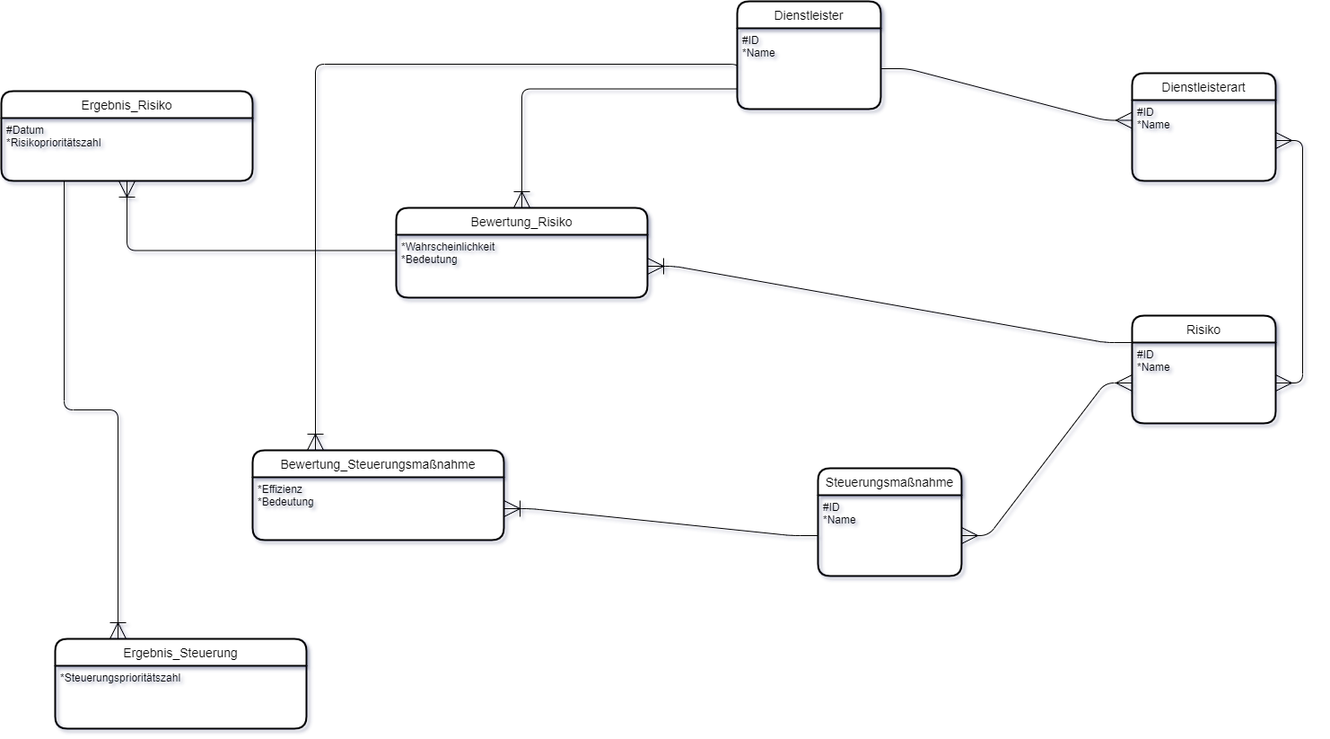
The draw.io diagram er.png in sgtSeme4ki/complianceDB, before a commit. Source tidied: cells renumbered, new cells last; positions are measured from the earlier drawing's top-left corner, leaving out a move shared by most shapes.
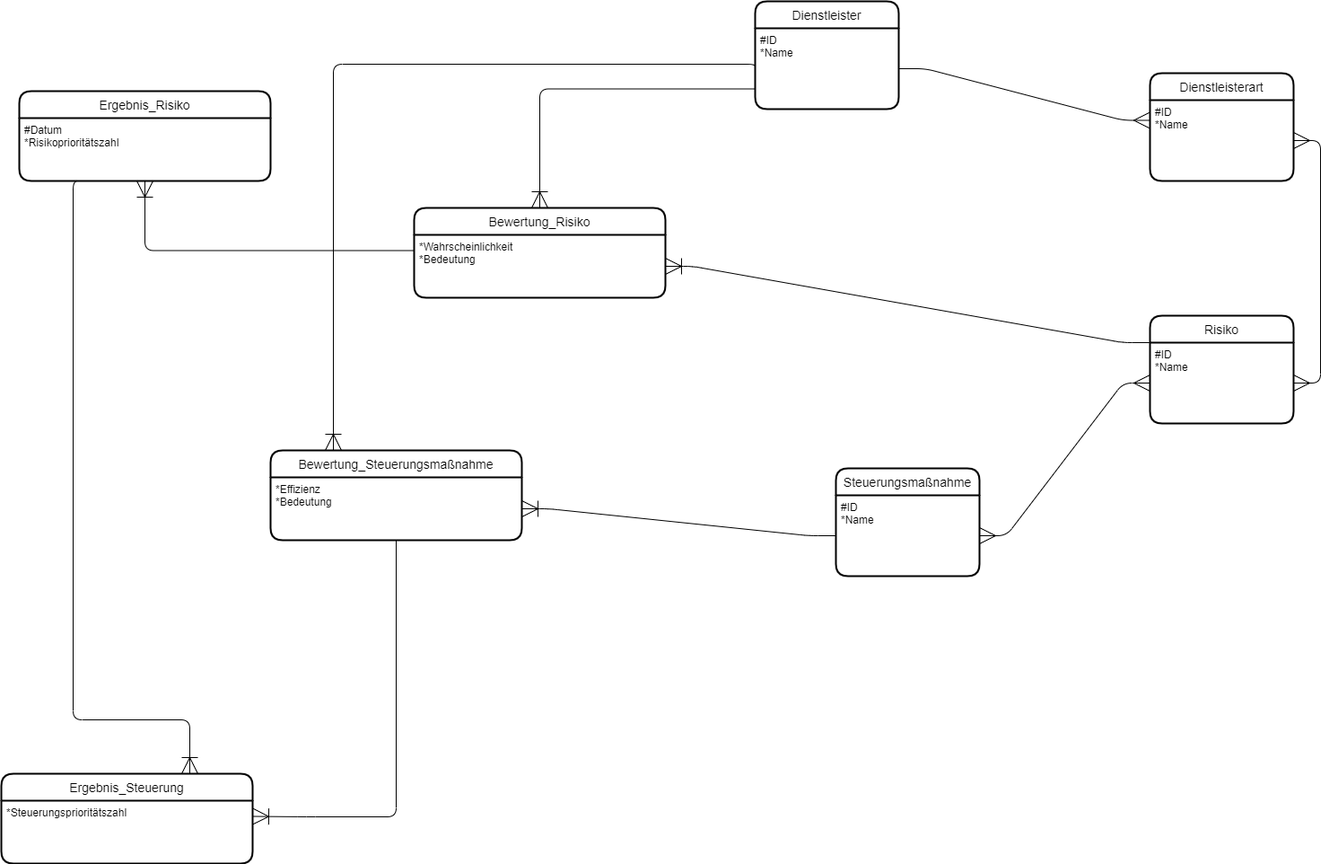
Later version of the same file.

Diff of the diagram source:
```diff
@@ -74,13 +74,27 @@
       <mxGeometry relative="1" as="geometry" />
     </mxCell>
     <mxCell id="24" value="Ergebnis_Steuerung" style="swimlane;horizontal=1;startSize=30;fontSize=14;fontStyle=0;strokeWidth=2;shadow=0;dashed=0;align=center;rounded=1;" parent="1" vertex="1">
-      <mxGeometry x="60" y="710" width="280" height="100" as="geometry" />
+      <mxGeometry x="-20" y="860" width="280" height="100" as="geometry" />
     </mxCell>
     <mxCell id="25" value="*Steuerungsprioritätszahl&#10;" style="align=left;strokeColor=none;fillColor=none;spacingLeft=4;fontSize=12;verticalAlign=top;rounded=1;" parent="24" vertex="1">
       <mxGeometry y="30" width="280" height="70" as="geometry" />
     </mxCell>
-    <mxCell id="26" style="fontSize=12;html=1;endArrow=ERoneToMany;shadow=0;strokeWidth=1;anchorPointDirection=0;snapToPoint=0;comic=0;edgeStyle=orthogonalEdgeStyle;elbow=vertical;endSize=16;startSize=16;exitX=0.25;exitY=1;exitDx=0;exitDy=0;entryX=0.25;entryY=0;entryDx=0;entryDy=0;" parent="1" edge="1" source="22" target="24">
-      <mxGeometry relative="1" as="geometry" />
+    <mxCell id="26" style="fontSize=12;html=1;endArrow=ERoneToMany;shadow=0;strokeWidth=1;anchorPointDirection=0;snapToPoint=0;comic=0;edgeStyle=orthogonalEdgeStyle;elbow=vertical;endSize=16;startSize=16;exitX=0.25;exitY=1;exitDx=0;exitDy=0;entryX=0.75;entryY=0;entryDx=0;entryDy=0;" parent="1" edge="1" source="22" target="24">
+      <mxGeometry relative="1" as="geometry">
+        <Array as="points">
+          <mxPoint x="60" y="200" />
+          <mxPoint x="60" y="800" />
+          <mxPoint x="190" y="800" />
+        </Array>
+      </mxGeometry>
     </mxCell>
+    <mxCell id="27" style="fontSize=12;html=1;endArrow=ERoneToMany;shadow=0;strokeWidth=1;anchorPointDirection=0;snapToPoint=0;comic=0;edgeStyle=orthogonalEdgeStyle;elbow=vertical;endSize=16;startSize=16;exitX=0.5;exitY=1;exitDx=0;exitDy=0;entryX=1;entryY=0.25;entryDx=0;entryDy=0;" parent="1" edge="1" source="14" target="25">
+      <mxGeometry relative="1" as="geometry">
+        <Array as="points">
+          <mxPoint x="420" y="908" />
+          <mxPoint x="320" y="908" />
+        </Array>
+      </mxGeometry>
+    </mxCell>
   </root>
 </mxGraphModel>
```
